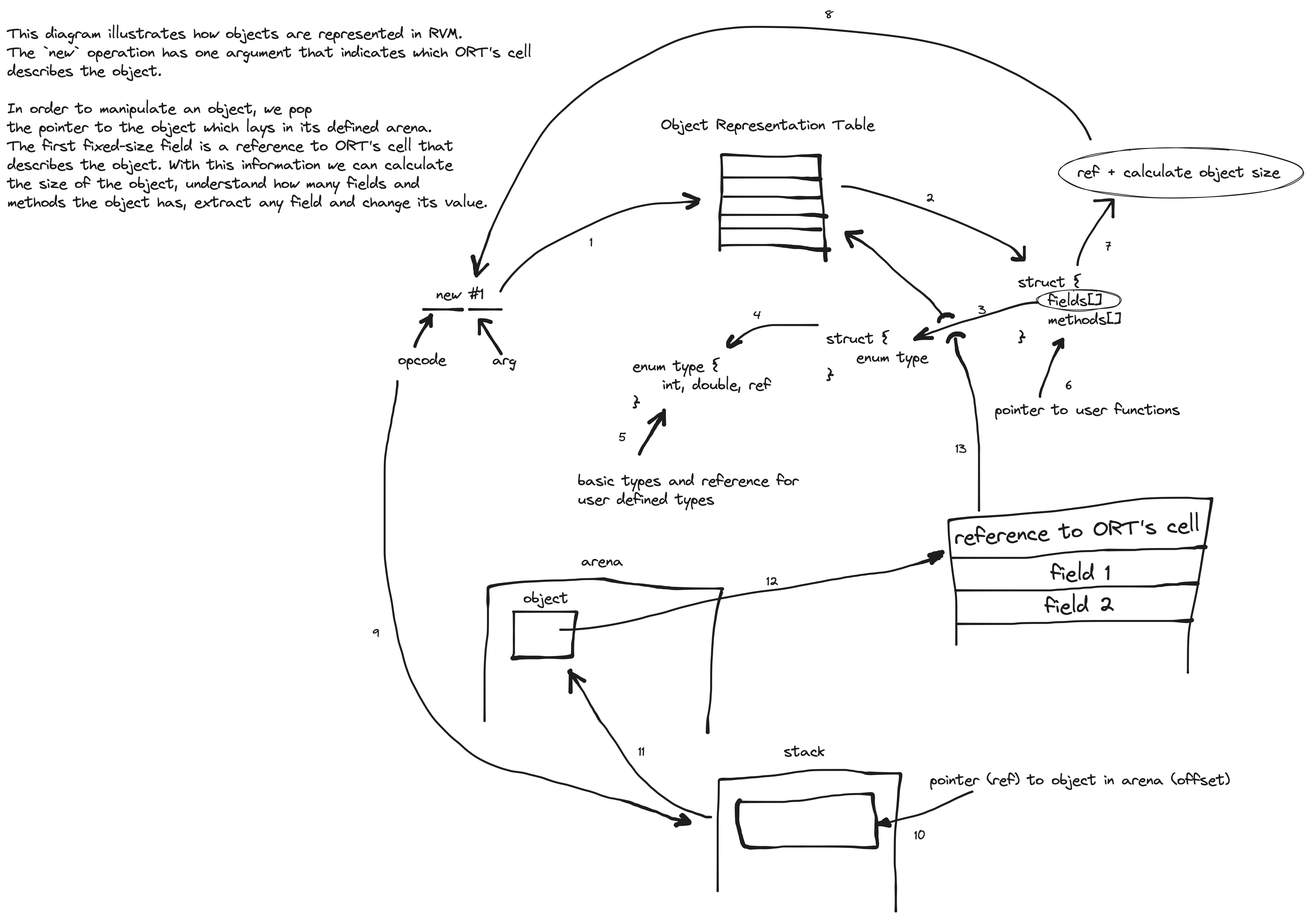
Above: docs/Object representation in RVM.png in RomanSannikov/RVM (Excalidraw), before the change. Source tidied: one line per element, renumbered; positions are measured from the earlier drawing's top-left corner, leaving out a move shared by most shapes.
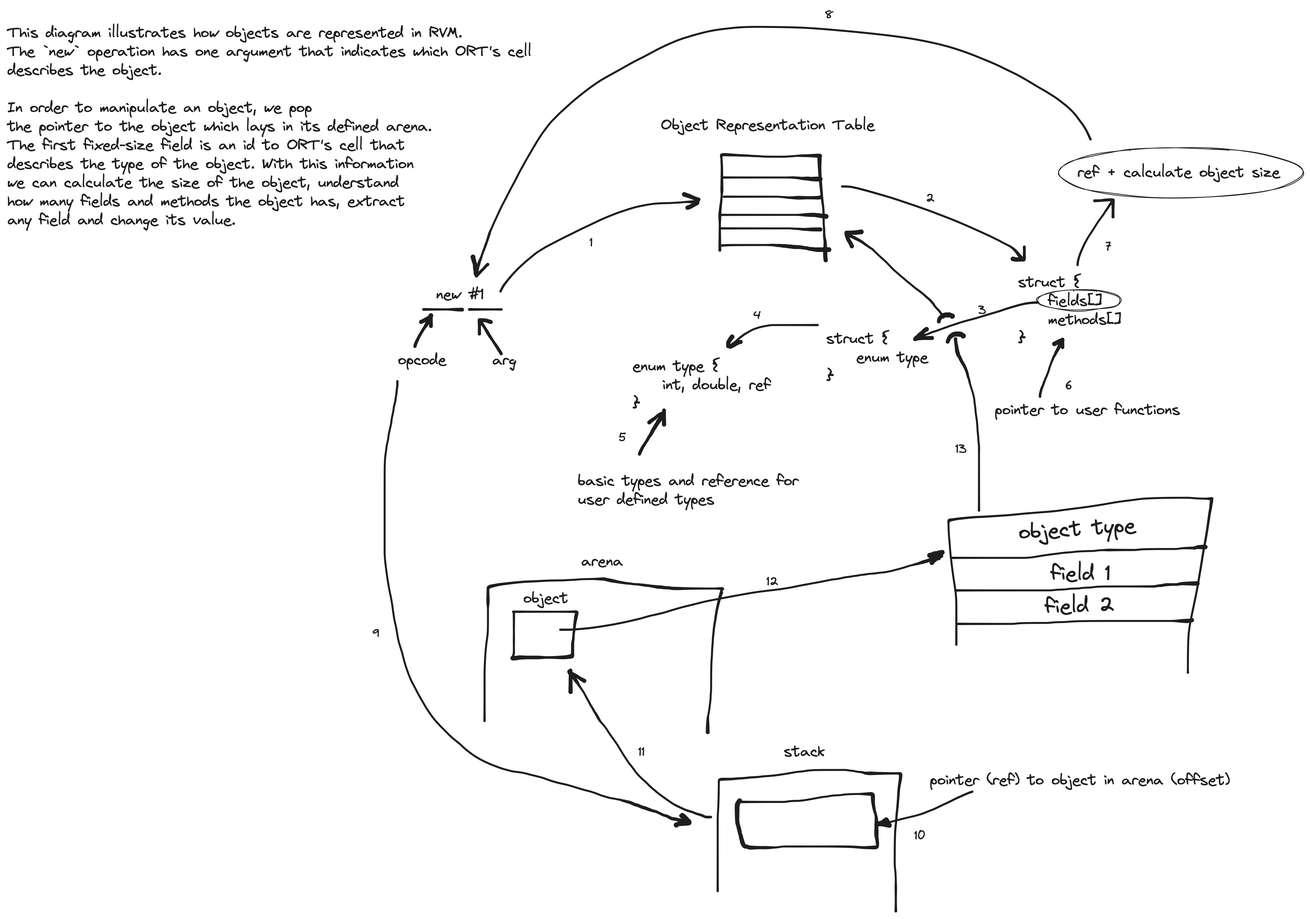
After the commit.

Change to the diagram source:
```diff
@@ -64,7 +64,7 @@
 {"id": 63, "type": "freedraw", "strokeColor": "#1e1e1e", "strokeWidth": 1, "roughness": 1, "x": 1261, "y": 734, "width": 338, "height": 14, "points": [[0, 0], [9, 0], [26, 0], [46, 0], [64, 0], [78, 0], [88, 0], [103, 0], [125, -4], [147, -7], [164, -8], [180, -9], [193, -9], [203, -11], [208, -11], [216, -11], [229, -11], [243, -11], [255, -12], [272, -12], [288, -12], [299, -12], [308, -13], [314, -13], [321, -13], [324, -13], [326, -14], [329, -14], [331, -14], [334, -14], [337, -14], [338, -14]]}
 {"id": 64, "type": "freedraw", "strokeColor": "#1e1e1e", "strokeWidth": 1, "roughness": 1, "x": 1265, "y": 778, "width": 324, "height": 9, "points": [[0, 0], [12, 0], [37, 0], [54, 0], [72, 0], [96, 0], [112, 0], [126, 0], [145, -1], [159, -3], [174, -4], [191, -5], [204, -5], [218, -5], [234, -5], [246, -5], [258, -5], [268, -5], [278, -7], [289, -8], [299, -8], [305, -9], [312, -9], [317, -9], [321, -9], [324, -9]]}
 {"id": 65, "type": "freedraw", "strokeColor": "#1e1e1e", "strokeWidth": 1, "roughness": 1, "x": 1267, "y": 823, "width": 314, "height": 5, "points": [[0, 0], [3, 0], [17, 0], [50, 0], [70, 0], [82, 0], [93, -1], [109, -1], [122, -1], [134, -3], [151, -3], [172, -4], [195, -4], [209, -4], [225, -4], [238, -4], [254, -4], [267, -4], [279, -4], [289, -4], [295, -4], [297, -4], [300, -4], [303, -4], [305, -4], [308, -4], [310, -4], [313, -4], [314, -5]]}
-{"id": 66, "type": "text", "text": "reference to ORT's cell", "strokeColor": "#1e1e1e", "angle": 6.23, "strokeWidth": 1, "roughness": 1, "fontSize": 28, "fontFamily": 1, "x": 1264, "y": 682, "width": 328, "height": 35}
+{"id": 66, "type": "text", "text": "object type", "strokeColor": "#1e1e1e", "angle": 6.22, "strokeWidth": 1, "roughness": 1, "fontSize": 28, "fontFamily": 1, "x": 1350, "y": 679, "width": 156, "height": 35}
 {"id": 67, "type": "text", "text": "field 1", "strokeColor": "#1e1e1e", "strokeWidth": 1, "roughness": 1, "fontSize": 28, "fontFamily": 1, "x": 1393, "y": 739, "width": 80, "height": 35}
 {"id": 68, "type": "text", "text": "field 2", "strokeColor": "#1e1e1e", "angle": 6.25, "strokeWidth": 1, "roughness": 1, "fontSize": 28, "fontFamily": 1, "x": 1385, "y": 782, "width": 92, "height": 35}
 {"id": 69, "type": "freedraw", "strokeColor": "#1e1e1e", "strokeWidth": 1, "roughness": 1, "x": 1297, "y": 671, "width": 32, "height": 230, "points": [[0, 0], [0, -8], [0, -29], [0, -53], [0, -68], [0, -79], [0, -85], [-1, -96], [-3, -113], [-4, -129], [-5, -142], [-7, -153], [-9, -160], [-12, -168], [-13, -175], [-16, -182], [-17, -188], [-20, -193], [-22, -197], [-25, -201], [-26, -205], [-28, -206], [-29, -209], [-30, -216], [-32, -228], [-32, -230]]}
@@ -92,4 +92,4 @@
 {"id": 91, "type": "text", "text": "11", "strokeColor": "#1e1e1e", "strokeWidth": 1, "roughness": 1, "fontSize": 16, "fontFamily": 1, "x": 842, "y": 984, "width": 9, "height": 20}
 {"id": 92, "type": "text", "text": "12", "strokeColor": "#1e1e1e", "strokeWidth": 1, "roughness": 1, "fontSize": 16, "fontFamily": 1, "x": 1013, "y": 756, "width": 16, "height": 20}
 {"id": 93, "type": "text", "text": "13", "strokeColor": "#1e1e1e", "strokeWidth": 1, "roughness": 1, "fontSize": 16, "fontFamily": 1, "x": 1265, "y": 580, "width": 15, "height": 20}
-{"id": 94, "type": "text", "text": "This diagram illustrates how objects are represented in RVM.\nThe `new` operation has one argument that indicates which ORT's cell\ndescribes the object.\n\nIn order to manipulate an object, we pop\nthe pointer to the object which lays in its defined arena.\nThe first fixed-size field is a reference to ORT's cell that\ndescribes the object. With this information we can calculate\nthe size of the object, understand how many fields and\nmethods the object has, extract any field and change its value.", "strokeColor": "#1e1e1e", "strokeWidth": 1, "roughness": 1, "fontSize": 20, "fontFamily": 1, "x": 0, "y": 23, "width": 700, "height": 250}
+{"id": 94, "type": "text", "text": "This diagram illustrates how objects are represented in RVM.\nThe `new` operation has one argument that indicates which ORT's cell\ndescribes the object.\n\nIn order to manipulate an object, we pop\nthe pointer to the object which lays in its defined arena.\nThe first fixed-size field is an id to ORT's cell that\ndescribes the type of the object. With this information\nwe can calculate the size of the object, understand\nhow many fields and methods the object has, extract\nany field and change its value.", "strokeColor": "#1e1e1e", "strokeWidth": 1, "roughness": 1, "fontSize": 20, "fontFamily": 1, "x": 0, "y": 22, "width": 700, "height": 275}
```
